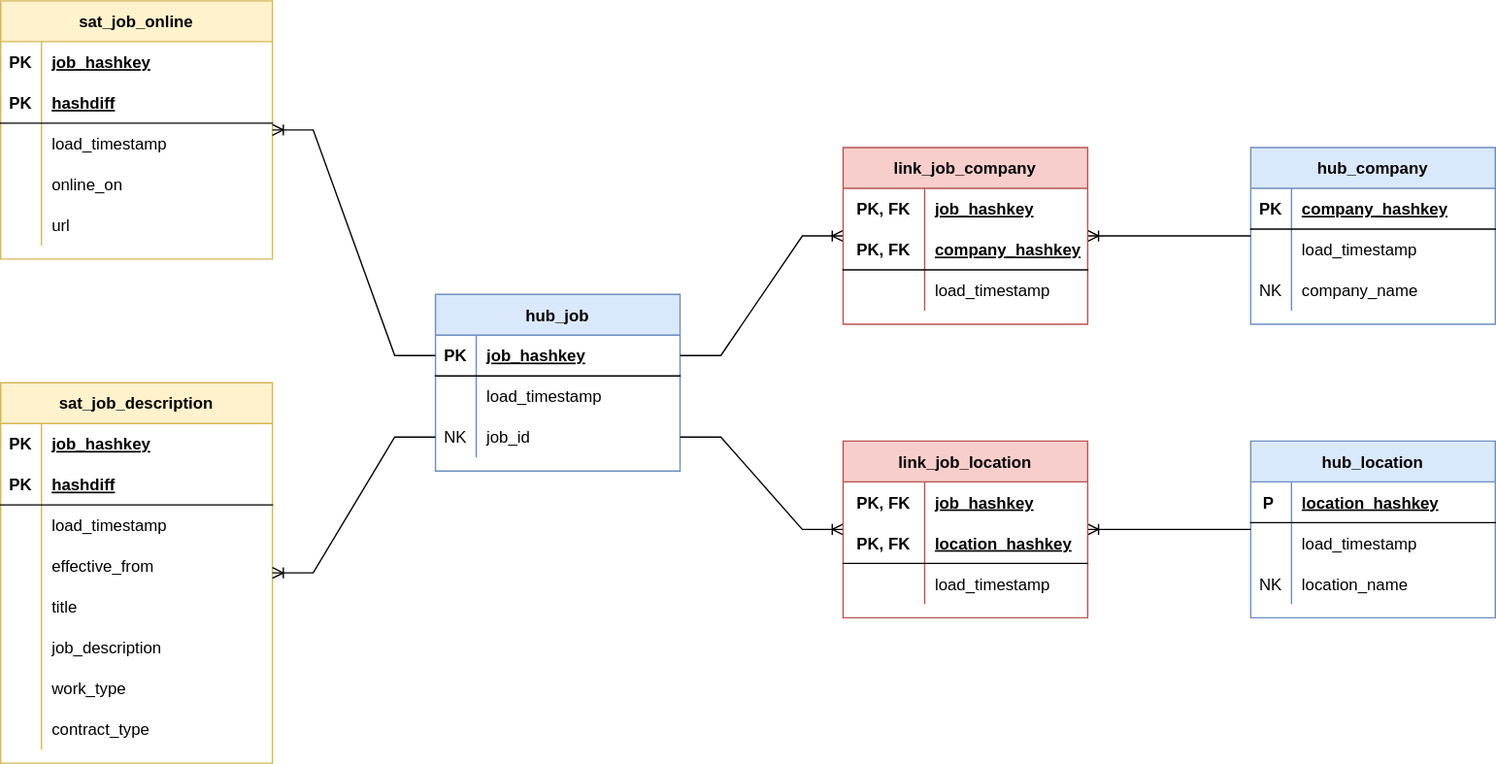
Earlier version of the draw.io export doc/data-vault-model.drawio.svg (petracarrion/job-market-analytics). Source tidied: cells renumbered, new cells last; positions are measured from the earlier drawing's top-left corner, leaving out a move shared by most shapes.
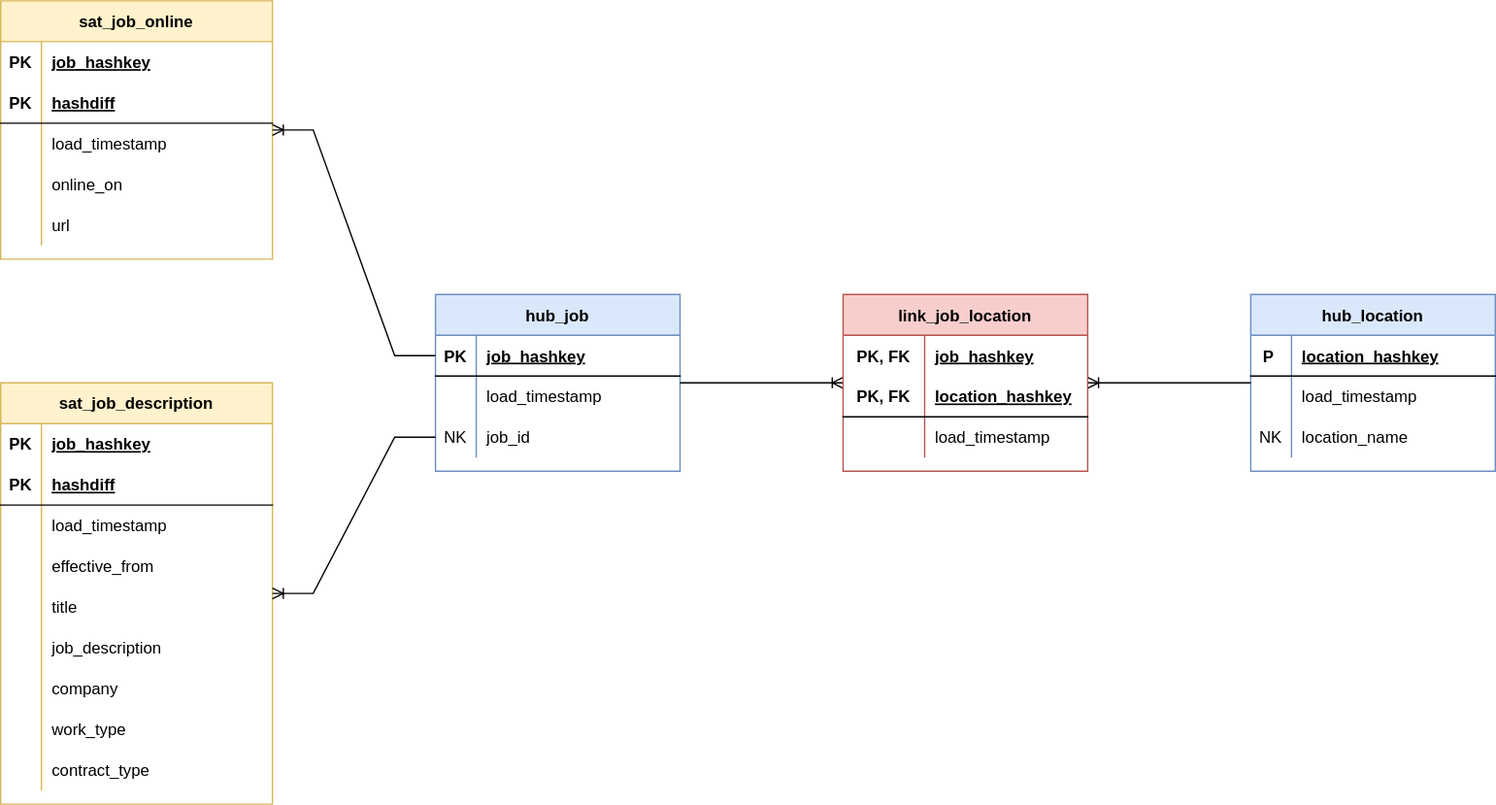
Above is the later version.

Change to the diagram source:
```diff
@@ -83,38 +83,8 @@
     <mxCell id="28" style="edgeStyle=entityRelationEdgeStyle;fontSize=12;html=1;endArrow=ERoneToMany;rounded=0;" parent="1" edge="1" source="19" target="2">
       <mxGeometry relative="1" as="geometry" />
     </mxCell>
-    <mxCell id="29" value="hub_company" style="shape=table;startSize=30;rowLines=0;fontStyle=1;align=center;fillColor=#dae8fc;strokeColor=#6c8ebf;swimlaneFillColor=#ffffff;" parent="1" vertex="1">
-      <mxGeometry x="920" y="108" width="180" height="130" as="geometry" />
-    </mxCell>
-    <mxCell id="30" style="shape=partialRectangle;fillColor=none;top=0;left=0;bottom=1;right=0;" parent="29" vertex="1">
-      <mxGeometry y="30" width="180" height="30" as="geometry" />
-    </mxCell>
-    <mxCell id="31" value="PK" style="shape=partialRectangle;fillColor=none;top=0;left=0;bottom=0;right=0;fontStyle=1;overflow=hidden;" parent="30" vertex="1">
-      <mxGeometry width="30" height="30" as="geometry" />
-    </mxCell>
-    <mxCell id="32" value="company_hashkey" style="shape=partialRectangle;fillColor=none;top=0;left=0;bottom=0;right=0;align=left;spacingLeft=6;fontStyle=5;overflow=hidden;" parent="30" vertex="1">
-      <mxGeometry x="30" width="150" height="30" as="geometry" />
-    </mxCell>
-    <mxCell id="33" style="shape=partialRectangle;fillColor=none;top=0;left=0;bottom=0;right=0;" parent="29" vertex="1">
-      <mxGeometry y="60" width="180" height="30" as="geometry" />
-    </mxCell>
-    <mxCell id="34" style="shape=partialRectangle;fillColor=none;top=0;left=0;bottom=0;right=0;overflow=hidden;" parent="33" vertex="1">
-      <mxGeometry width="30" height="30" as="geometry" />
-    </mxCell>
-    <mxCell id="35" value="load_timestamp" style="shape=partialRectangle;fillColor=none;top=0;left=0;bottom=0;right=0;align=left;spacingLeft=6;overflow=hidden;" parent="33" vertex="1">
-      <mxGeometry x="30" width="150" height="30" as="geometry" />
-    </mxCell>
-    <mxCell id="36" style="shape=partialRectangle;fillColor=none;top=0;left=0;bottom=0;right=0;" parent="29" vertex="1">
-      <mxGeometry y="90" width="180" height="30" as="geometry" />
-    </mxCell>
-    <mxCell id="37" value="NK" style="shape=partialRectangle;fillColor=none;top=0;left=0;bottom=0;right=0;overflow=hidden;" parent="36" vertex="1">
-      <mxGeometry width="30" height="30" as="geometry" />
-    </mxCell>
-    <mxCell id="38" value="company_name" style="shape=partialRectangle;fillColor=none;top=0;left=0;bottom=0;right=0;align=left;spacingLeft=6;overflow=hidden;" parent="36" vertex="1">
-      <mxGeometry x="30" width="150" height="30" as="geometry" />
-    </mxCell>
     <mxCell id="39" value="hub_location" style="shape=table;startSize=30;rowLines=0;fontStyle=1;align=center;fillColor=#dae8fc;strokeColor=#6c8ebf;swimlaneFillColor=#ffffff;" parent="1" vertex="1">
-      <mxGeometry x="920" y="324" width="180" height="130" as="geometry" />
+      <mxGeometry x="920" y="216" width="180" height="130" as="geometry" />
     </mxCell>
     <mxCell id="40" style="shape=partialRectangle;fillColor=none;top=0;left=0;bottom=1;right=0;" parent="39" vertex="1">
       <mxGeometry y="30" width="180" height="30" as="geometry" />
@@ -143,20 +113,14 @@
     <mxCell id="48" value="location_name" style="shape=partialRectangle;fillColor=none;top=0;left=0;bottom=0;right=0;align=left;spacingLeft=6;overflow=hidden;" parent="46" vertex="1">
       <mxGeometry x="30" width="150" height="30" as="geometry" />
     </mxCell>
-    <mxCell id="49" style="edgeStyle=entityRelationEdgeStyle;fontSize=12;html=1;endArrow=ERoneToMany;rounded=0;exitX=1;exitY=0.5;exitDx=0;exitDy=0;" parent="1" edge="1" source="19" target="63">
-      <mxGeometry relative="1" as="geometry" />
-    </mxCell>
-    <mxCell id="50" style="edgeStyle=entityRelationEdgeStyle;fontSize=12;html=1;endArrow=ERoneToMany;rounded=0;exitX=1;exitY=0.5;exitDx=0;exitDy=0;" parent="1" edge="1" source="25" target="53">
+    <mxCell id="50" style="edgeStyle=entityRelationEdgeStyle;fontSize=12;html=1;endArrow=ERoneToMany;rounded=0;" parent="1" edge="1" source="18" target="53">
       <mxGeometry relative="1" as="geometry" />
     </mxCell>
-    <mxCell id="51" style="edgeStyle=entityRelationEdgeStyle;fontSize=12;html=1;endArrow=ERoneToMany;rounded=0;" parent="1" edge="1" source="29" target="63">
-      <mxGeometry relative="1" as="geometry" />
-    </mxCell>
     <mxCell id="52" style="edgeStyle=entityRelationEdgeStyle;fontSize=12;html=1;endArrow=ERoneToMany;rounded=0;" parent="1" edge="1" source="39" target="53">
       <mxGeometry relative="1" as="geometry" />
     </mxCell>
     <mxCell id="53" value="link_job_location" style="shape=table;startSize=30;rowLines=0;fontStyle=1;align=center;fillColor=#f8cecc;strokeColor=#b85450;" parent="1" vertex="1">
-      <mxGeometry x="620" y="324" width="180" height="130" as="geometry" />
+      <mxGeometry x="620" y="216" width="180" height="130" as="geometry" />
     </mxCell>
     <mxCell id="54" style="shape=tableRow;horizontal=0;startSize=0;swimlaneHead=0;swimlaneBody=0;fillColor=none;top=0;left=0;right=0;bottom=0;" parent="53" vertex="1">
       <mxGeometry y="30" width="180" height="30" as="geometry" />
@@ -185,38 +149,8 @@
     <mxCell id="62" value="load_timestamp" style="shape=partialRectangle;fillColor=none;top=0;left=0;bottom=0;right=0;align=left;spacingLeft=6;overflow=hidden;" parent="60" vertex="1">
       <mxGeometry x="60" width="120" height="30" as="geometry" />
     </mxCell>
-    <mxCell id="63" value="link_job_company" style="shape=table;startSize=30;rowLines=0;fontStyle=1;align=center;fillColor=#f8cecc;strokeColor=#b85450;" parent="1" vertex="1">
-      <mxGeometry x="620" y="108" width="180" height="130" as="geometry" />
-    </mxCell>
-    <mxCell id="64" style="shape=tableRow;horizontal=0;startSize=0;swimlaneHead=0;swimlaneBody=0;fillColor=none;top=0;left=0;right=0;bottom=0;" parent="63" vertex="1">
-      <mxGeometry y="30" width="180" height="30" as="geometry" />
-    </mxCell>
-    <mxCell id="65" value="PK, FK" style="shape=partialRectangle;fillColor=none;top=0;left=0;bottom=0;right=0;fontStyle=1;overflow=hidden;" parent="64" vertex="1">
-      <mxGeometry width="60" height="30" as="geometry" />
-    </mxCell>
-    <mxCell id="66" value="job_hashkey" style="shape=partialRectangle;fillColor=none;top=0;left=0;bottom=0;right=0;align=left;spacingLeft=6;fontStyle=5;overflow=hidden;" parent="64" vertex="1">
-      <mxGeometry x="60" width="120" height="30" as="geometry" />
-    </mxCell>
-    <mxCell id="67" style="shape=tableRow;horizontal=0;startSize=0;swimlaneHead=0;swimlaneBody=0;fillColor=none;top=0;left=0;right=0;bottom=1;strokeColor=default;" parent="63" vertex="1">
-      <mxGeometry y="60" width="180" height="30" as="geometry" />
-    </mxCell>
-    <mxCell id="68" value="PK, FK" style="shape=partialRectangle;fillColor=none;top=0;left=0;bottom=0;right=0;fontStyle=1;overflow=hidden;" parent="67" vertex="1">
-      <mxGeometry width="60" height="30" as="geometry" />
-    </mxCell>
-    <mxCell id="69" value="company_hashkey" style="shape=partialRectangle;fillColor=none;top=0;left=0;bottom=0;right=0;align=left;spacingLeft=6;fontStyle=5;overflow=hidden;" parent="67" vertex="1">
-      <mxGeometry x="60" width="120" height="30" as="geometry" />
-    </mxCell>
-    <mxCell id="70" style="shape=tableRow;horizontal=0;startSize=0;swimlaneHead=0;swimlaneBody=0;fillColor=none;top=0;left=0;right=0;bottom=0;" parent="63" vertex="1">
-      <mxGeometry y="90" width="180" height="30" as="geometry" />
-    </mxCell>
-    <mxCell id="71" style="shape=partialRectangle;fillColor=none;top=0;left=0;bottom=0;right=0;overflow=hidden;" parent="70" vertex="1">
-      <mxGeometry width="60" height="30" as="geometry" />
-    </mxCell>
-    <mxCell id="72" value="load_timestamp" style="shape=partialRectangle;fillColor=none;top=0;left=0;bottom=0;right=0;align=left;spacingLeft=6;overflow=hidden;" parent="70" vertex="1">
-      <mxGeometry x="60" width="120" height="30" as="geometry" />
-    </mxCell>
     <mxCell id="73" value="sat_job_description" style="shape=table;startSize=30;rowLines=0;fontStyle=1;align=center;fillColor=#FFF2CC;strokeColor=#d6b656;swimlaneFillColor=#ffffff;" parent="1" vertex="1">
-      <mxGeometry y="281" width="200" height="280" as="geometry" />
+      <mxGeometry y="281" width="200" height="310" as="geometry" />
     </mxCell>
     <mxCell id="74" style="shape=partialRectangle;fillColor=none;top=0;left=0;bottom=1;right=0;strokeColor=none;" parent="73" vertex="1">
       <mxGeometry y="30" width="200" height="30" as="geometry" />
@@ -272,8 +206,17 @@
     <mxCell id="91" value="job_description" style="shape=partialRectangle;fillColor=none;top=0;left=0;bottom=0;right=0;align=left;spacingLeft=6;overflow=hidden;" parent="89" vertex="1">
       <mxGeometry x="30" width="170" height="30" as="geometry" />
     </mxCell>
+    <mxCell id="99" style="shape=partialRectangle;fillColor=none;top=0;left=0;bottom=0;right=0;" parent="73" vertex="1">
+      <mxGeometry y="210" width="200" height="30" as="geometry" />
+    </mxCell>
+    <mxCell id="34" style="shape=partialRectangle;fillColor=none;top=0;left=0;bottom=0;right=0;overflow=hidden;" parent="99" vertex="1">
+      <mxGeometry width="30" height="30" as="geometry" />
+    </mxCell>
+    <mxCell id="100" value="company" style="shape=partialRectangle;fillColor=none;top=0;left=0;bottom=0;right=0;align=left;spacingLeft=6;overflow=hidden;" parent="99" vertex="1">
+      <mxGeometry x="30" width="170" height="30" as="geometry" />
+    </mxCell>
     <mxCell id="92" style="shape=partialRectangle;fillColor=none;top=0;left=0;bottom=0;right=0;" parent="73" vertex="1">
-      <mxGeometry y="210" width="200" height="30" as="geometry" />
+      <mxGeometry y="240" width="200" height="30" as="geometry" />
     </mxCell>
     <mxCell id="93" style="shape=partialRectangle;fillColor=none;top=0;left=0;bottom=0;right=0;overflow=hidden;" parent="92" vertex="1">
       <mxGeometry width="30" height="30" as="geometry" />
@@ -282,7 +225,7 @@
       <mxGeometry x="30" width="170" height="30" as="geometry" />
     </mxCell>
     <mxCell id="95" style="shape=partialRectangle;fillColor=none;top=0;left=0;bottom=0;right=0;" parent="73" vertex="1">
-      <mxGeometry y="240" width="200" height="30" as="geometry" />
+      <mxGeometry y="270" width="200" height="30" as="geometry" />
     </mxCell>
     <mxCell id="96" style="shape=partialRectangle;fillColor=none;top=0;left=0;bottom=0;right=0;overflow=hidden;" parent="95" vertex="1">
       <mxGeometry width="30" height="30" as="geometry" />
```
